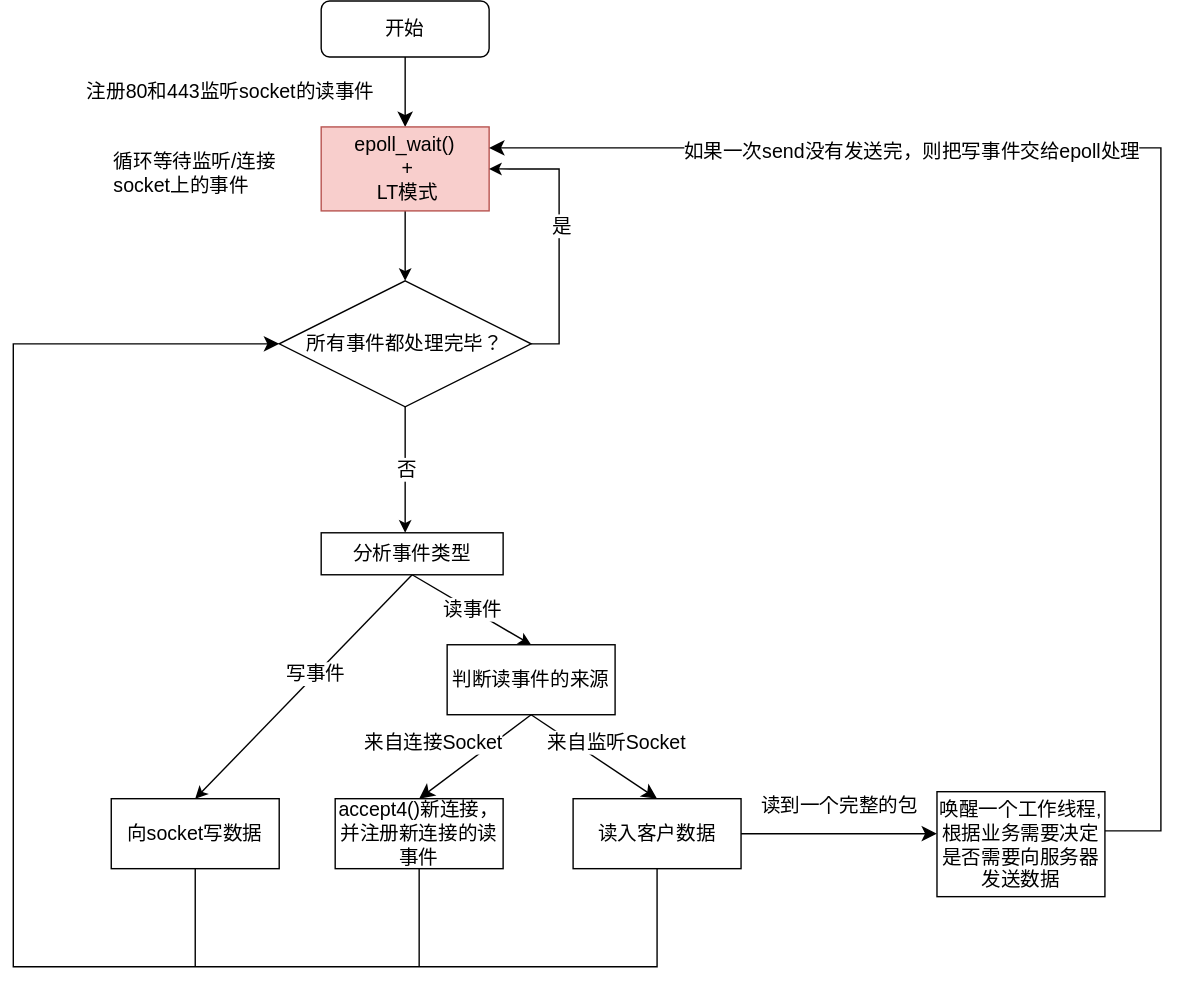
Before: pic/项目IO模型.svg, a diagram exported from draw.io (Missyesterday/nginx_learn). Source tidied: cells renumbered, new cells last; positions are measured from the earlier drawing's top-left corner, leaving out a move shared by most shapes.
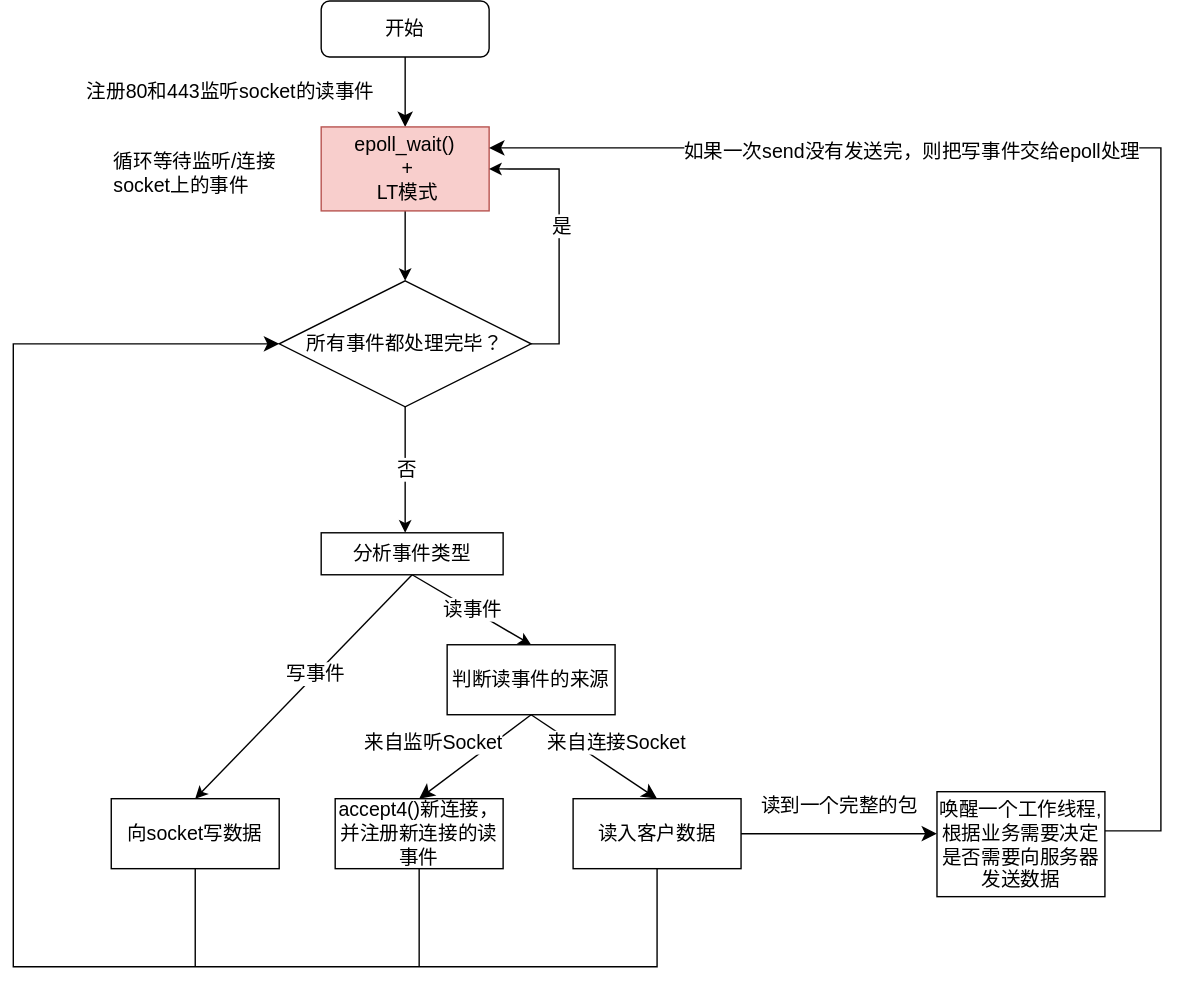
The same diagram one commit later.

Change to the diagram source:
```diff
@@ -58,7 +58,7 @@
     <mxCell id="17" style="edgeStyle=none;curved=1;rounded=0;jettySize=auto;html=1;fontSize=12;startSize=8;endSize=8;entryX=0.5;entryY=0;entryDx=0;entryDy=0;exitX=0.5;exitY=1;exitDx=0;exitDy=0;" parent="1" edge="1" source="21" target="24">
       <mxGeometry relative="1" as="geometry" />
     </mxCell>
-    <mxCell id="18" value="来自监听Socket" style="edgeLabel;html=1;align=center;verticalAlign=middle;fontSize=14;" parent="17" vertex="1">
+    <mxCell id="18" value="来自连接Socket" style="edgeLabel;html=1;align=center;verticalAlign=middle;fontSize=14;" parent="17" vertex="1">
       <mxGeometry x="-0.52" y="1" relative="1" as="geometry">
         <mxPoint x="38" y="6" as="offset" />
       </mxGeometry>
@@ -66,7 +66,7 @@
     <mxCell id="19" style="edgeStyle=none;curved=1;rounded=0;jettySize=auto;html=1;entryX=0.5;entryY=0;entryDx=0;entryDy=0;fontSize=12;startSize=8;endSize=8;exitX=0.5;exitY=1;exitDx=0;exitDy=0;" parent="1" edge="1" source="21" target="26">
       <mxGeometry relative="1" as="geometry" />
     </mxCell>
-    <mxCell id="20" value="来自连接Socket" style="edgeLabel;html=1;align=center;verticalAlign=middle;fontSize=14;" parent="19" vertex="1">
+    <mxCell id="20" value="来自监听Socket" style="edgeLabel;html=1;align=center;verticalAlign=middle;fontSize=14;" parent="19" vertex="1">
       <mxGeometry x="-0.19" y="1" relative="1" as="geometry">
         <mxPoint x="-38" y="-6" as="offset" />
       </mxGeometry>
```
